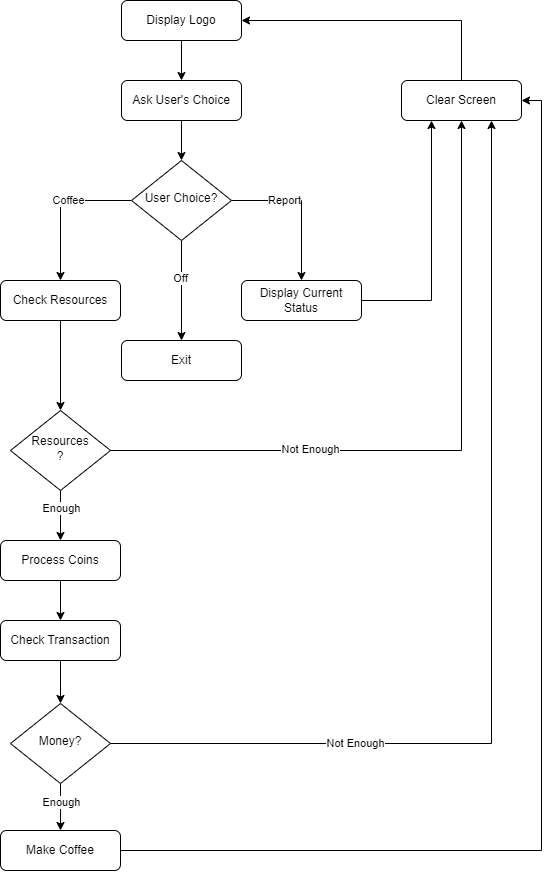
Earlier version of the draw.io export day_15_coffee_machine/project_files/flowchart_coffee_machine.png (ErkanHatipoglu/100-days-of-code). Source tidied: cells renumbered, new cells last; positions are measured from the earlier drawing's top-left corner, leaving out a move shared by most shapes.
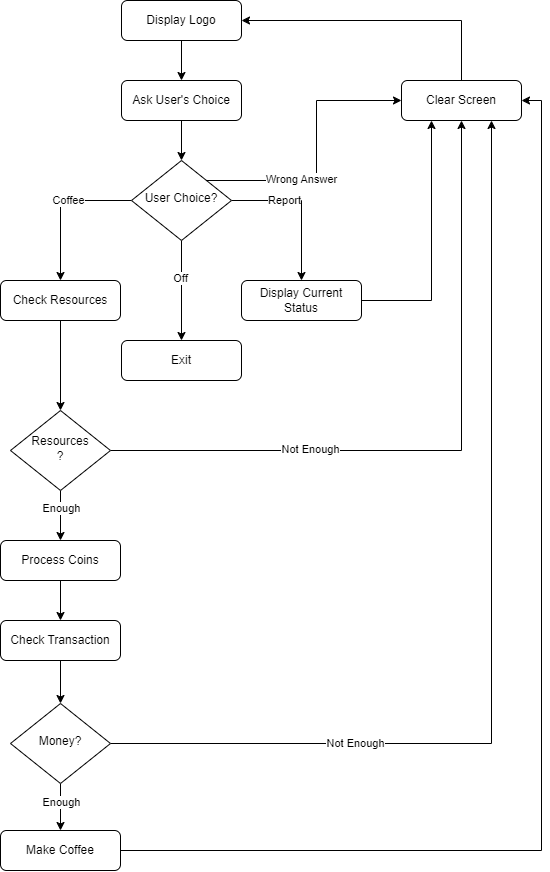
Above is the later version.

Commit message:
Insert flowchart.png day_15

The edit, as a diff of the source:
```diff
@@ -32,6 +32,12 @@
     <mxCell id="11" value="Coffee" style="edgeLabel;html=1;align=center;verticalAlign=middle;" parent="10" vertex="1">
       <mxGeometry x="-0.16" relative="1" as="geometry" />
     </mxCell>
+    <mxCell id="36" style="edgeStyle=orthogonalEdgeStyle;rounded=0;jettySize=auto;html=1;exitX=1;exitY=0;exitDx=0;exitDy=0;entryX=0;entryY=0.5;entryDx=0;entryDy=0;" parent="1" edge="1" source="12" target="19">
+      <mxGeometry relative="1" as="geometry" />
+    </mxCell>
+    <mxCell id="37" value="Wrong Answer" style="edgeLabel;html=1;align=center;verticalAlign=middle;" parent="36" vertex="1">
+      <mxGeometry x="-0.32" y="1" relative="1" as="geometry" />
+    </mxCell>
     <mxCell id="12" value="User Choice?" style="rhombus;whiteSpace=wrap;html=1;shadow=0;fontFamily=Helvetica;fontSize=12;align=center;strokeWidth=1;spacing=6;spacingTop=-4;" parent="1" vertex="1">
       <mxGeometry x="131" y="160" width="100" height="80" as="geometry" />
     </mxCell>
```
